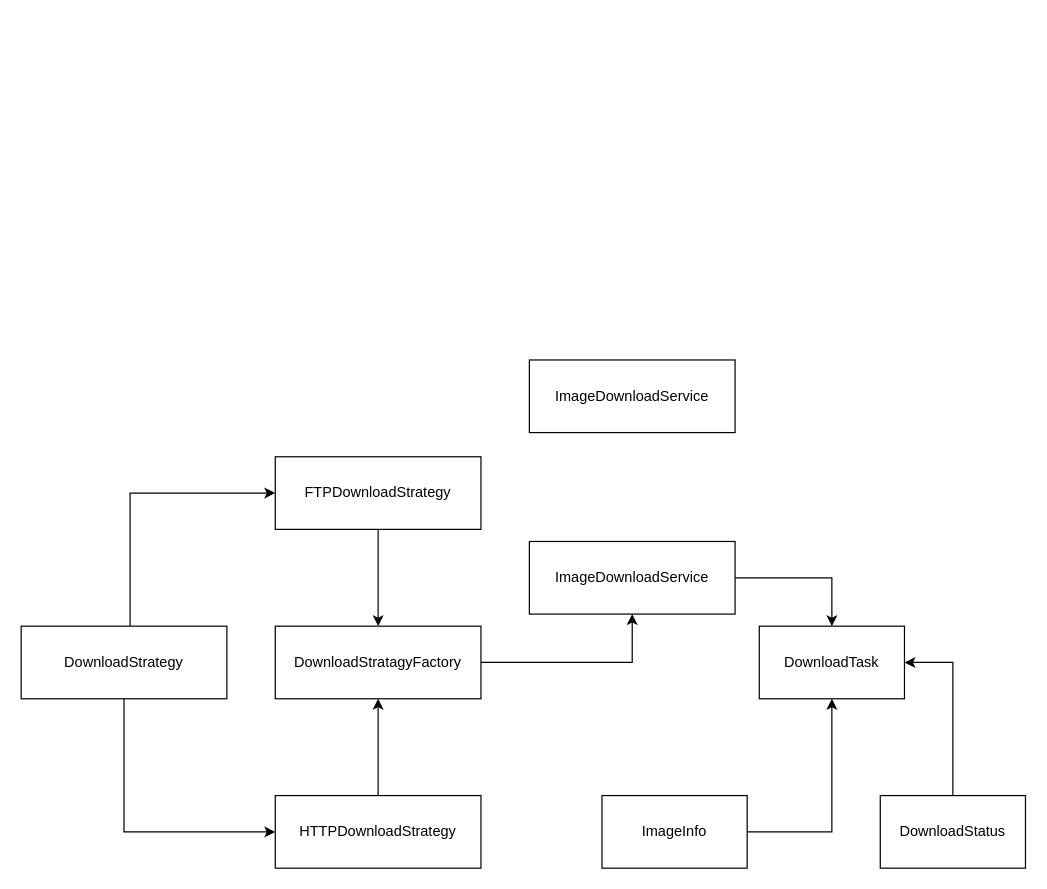
The draw.io diagram dia.drawio in Shelzi/rubyLearn, before the edit. Source tidied: cells renumbered, new cells numbered last; positions are measured from the earlier drawing's top-left corner, leaving out a move shared by most shapes. Both pictures are drawn from the tidied source at 121%, with x=0, y=0 at pixel (21, 359).
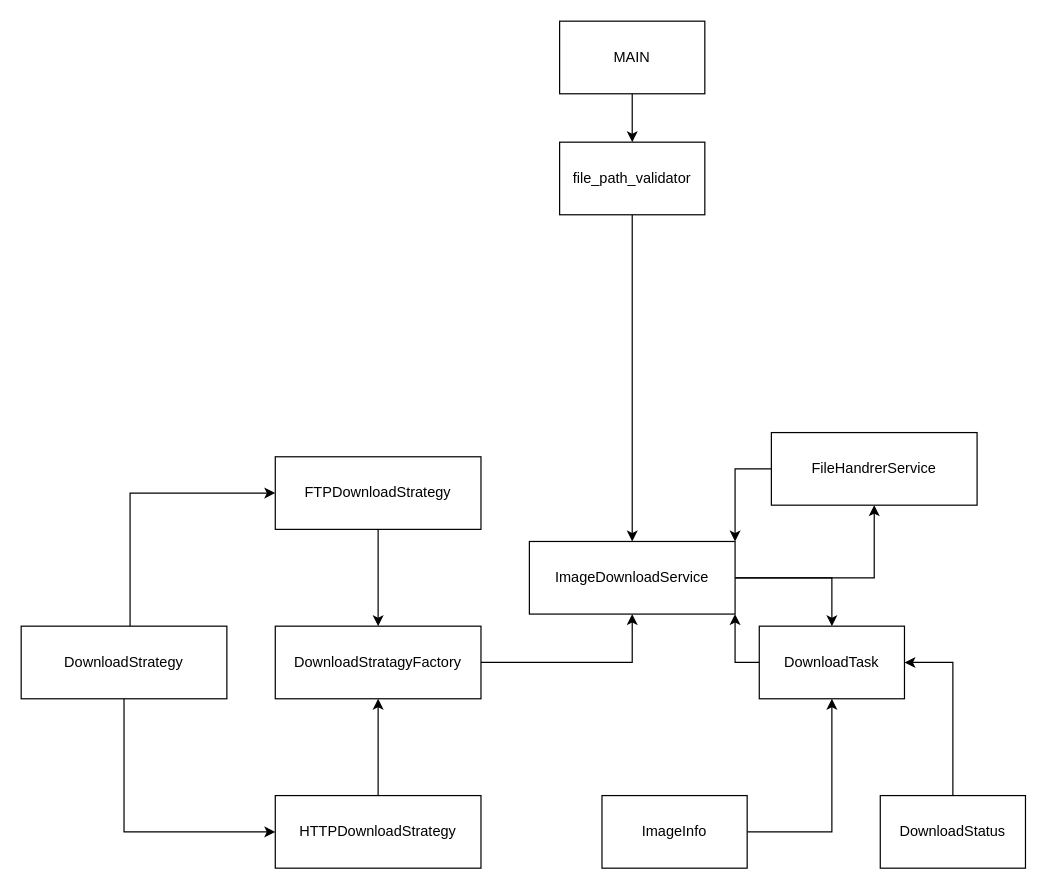
After the change.

The change refers to these unchanged cells:
```xml
<mxCell id="6" value="DownloadTask" style="rounded=0;whiteSpace=wrap;html=1;" parent="1" vertex="1">
  <mxGeometry x="610" y="220" width="120" height="60" as="geometry" />
</mxCell>
<mxCell id="10" value="&lt;span style=&quot;background-color: rgb(255, 255, 255);&quot;&gt;ImageDownloadService&lt;/span&gt;" style="rounded=0;whiteSpace=wrap;html=1;" parent="1" vertex="1">
  <mxGeometry x="420" y="150" width="170" height="60" as="geometry" />
</mxCell>
```

What changed in the source:
```diff
@@
+    <mxCell id="19" style="edgeStyle=orthogonalEdgeStyle;rounded=0;jettySize=auto;html=1;entryX=1;entryY=1;entryDx=0;entryDy=0;" parent="1" edge="1" source="6" target="10">
+      <mxGeometry relative="1" as="geometry" />
+    </mxCell>
@@
+    <mxCell id="20" style="edgeStyle=orthogonalEdgeStyle;rounded=0;jettySize=auto;html=1;entryX=0.5;entryY=1;entryDx=0;entryDy=0;" parent="1" edge="1" source="10" target="18">
+      <mxGeometry relative="1" as="geometry" />
+    </mxCell>
@@
+    <mxCell id="21" style="edgeStyle=orthogonalEdgeStyle;rounded=0;jettySize=auto;html=1;entryX=1;entryY=0;entryDx=0;entryDy=0;" parent="1" edge="1" source="18" target="10">
+      <mxGeometry relative="1" as="geometry" />
+    </mxCell>
-    <mxCell id="18" value="&lt;span style=&quot;background-color: rgb(255, 255, 255);&quot;&gt;ImageDownloadService&lt;/span&gt;" style="rounded=0;whiteSpace=wrap;html=1;" parent="1" vertex="1">
-      <mxGeometry x="420" width="170" height="60" as="geometry" />
+    <mxCell id="18" value="&lt;span style=&quot;background-color: rgb(255, 255, 255);&quot;&gt;FileHandrerService&lt;/span&gt;" style="rounded=0;whiteSpace=wrap;html=1;" parent="1" vertex="1">
+      <mxGeometry x="620" y="60" width="170" height="60" as="geometry" />
     </mxCell>
+    <mxCell id="22" style="edgeStyle=orthogonalEdgeStyle;rounded=0;jettySize=auto;html=1;" parent="1" edge="1" source="23" target="25">
+      <mxGeometry relative="1" as="geometry" />
+    </mxCell>
+    <mxCell id="23" value="MAIN" style="whiteSpace=wrap;html=1;" parent="1" vertex="1">
+      <mxGeometry x="445" y="-280" width="120" height="60" as="geometry" />
+    </mxCell>
+    <mxCell id="24" style="edgeStyle=orthogonalEdgeStyle;rounded=0;jettySize=auto;html=1;" parent="1" edge="1" source="25" target="10">
+      <mxGeometry relative="1" as="geometry" />
+    </mxCell>
+    <mxCell id="25" value="file_path_validator" style="whiteSpace=wrap;html=1;" parent="1" vertex="1">
+      <mxGeometry x="445" y="-180" width="120" height="60" as="geometry" />
+    </mxCell>
```
